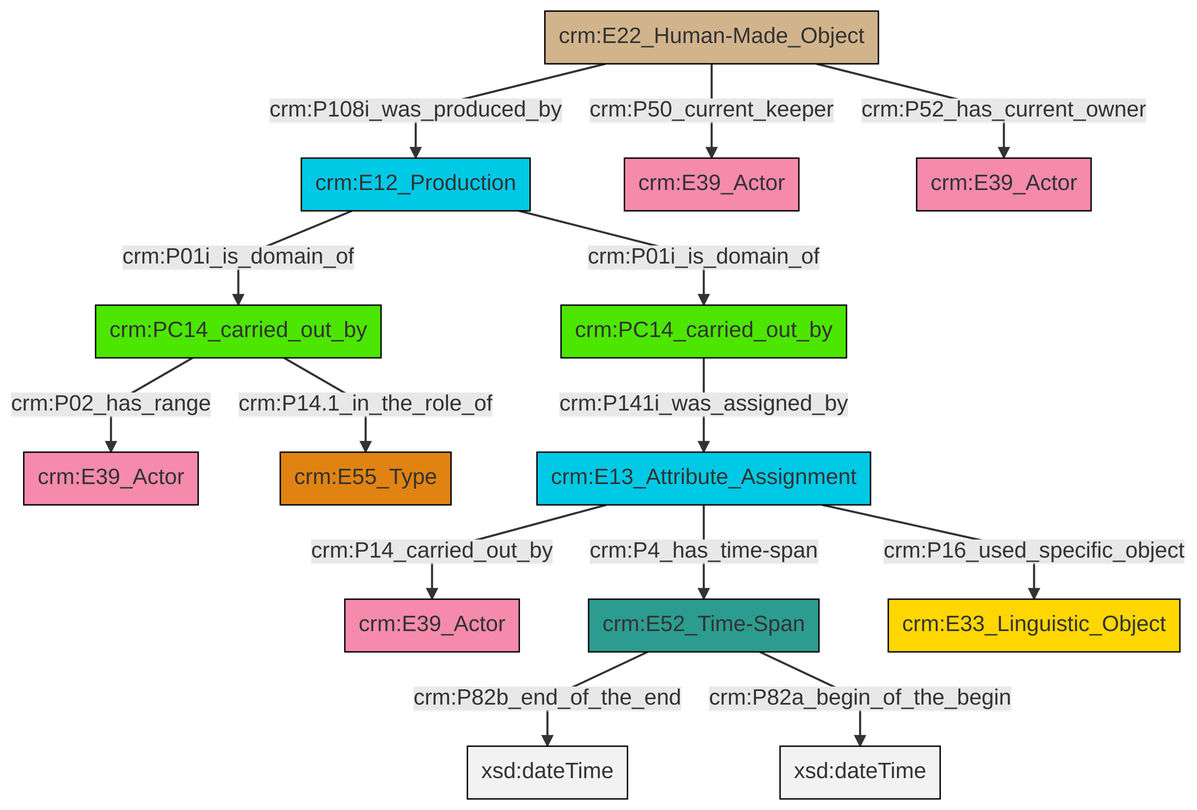
The Mermaid diagram et/carrierCSV/ttl/mmd/png/carrier_relations.png in swiss-art-research-net/docs.swissartresearch, before a commit. Its source is kept beside it as et/carrierCSV/ttl/mmd/carrier_relations.ttl.mmd.
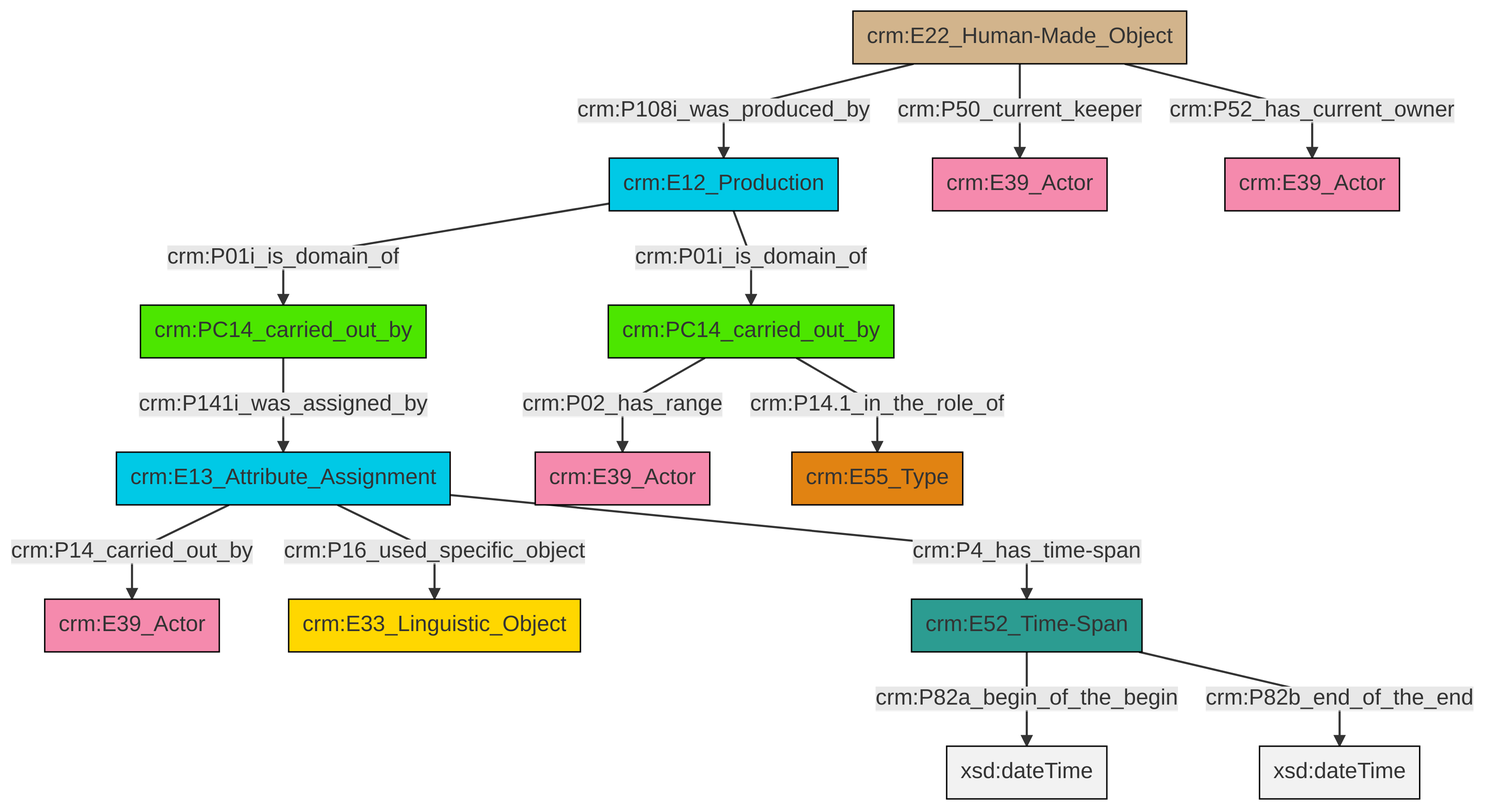
Above is the later version.

The edit, as a diff of the source:
```diff
@@ -13,16 +13,16 @@
 classDef PC_Classes fill:#4ce600, stroke:#000000;
 classDef Multi fill:#cccccc,stroke:#000000;
 
-2["crm:PC14_carried_out_by"]:::PC_Classes -->|crm:P02_has_range| 3["crm:E39_Actor"]:::Actor
-6["crm:E13_Attribute_Assignment"]:::Temporal_Entity -->|crm:P14_carried_out_by| 7["crm:E39_Actor"]:::Actor
-8["crm:E12_Production"]:::Temporal_Entity -->|crm:P01i_is_domain_of| 2["crm:PC14_carried_out_by"]:::PC_Classes
-2["crm:PC14_carried_out_by"]:::PC_Classes -->|crm:P14.1_in_the_role_of| 9["crm:E55_Type"]:::Type
-10["crm:E22_Human-Made_Object"]:::Physical_Thing -->|crm:P108i_was_produced_by| 8["crm:E12_Production"]:::Temporal_Entity
-11["crm:PC14_carried_out_by"]:::PC_Classes -->|crm:P141i_was_assigned_by| 6["crm:E13_Attribute_Assignment"]:::Temporal_Entity
-10["crm:E22_Human-Made_Object"]:::Physical_Thing -->|crm:P50_current_keeper| 4["crm:E39_Actor"]:::Actor
-19["crm:E52_Time-Span"]:::Time-Span -->|crm:P82b_end_of_the_end| 20[xsd:dateTime]:::Literal
-6["crm:E13_Attribute_Assignment"]:::Temporal_Entity -->|crm:P4_has_time-span| 19["crm:E52_Time-Span"]:::Time-Span
-6["crm:E13_Attribute_Assignment"]:::Temporal_Entity -->|crm:P16_used_specific_object| 0["crm:E33_Linguistic_Object"]:::Conceptual_Object
-19["crm:E52_Time-Span"]:::Time-Span -->|crm:P82a_begin_of_the_begin| 24[xsd:dateTime]:::Literal
-8["crm:E12_Production"]:::Temporal_Entity -->|crm:P01i_is_domain_of| 11["crm:PC14_carried_out_by"]:::PC_Classes
-10["crm:E22_Human-Made_Object"]:::Physical_Thing -->|crm:P52_has_current_owner| 12["crm:E39_Actor"]:::Actor
+2["crm:E13_Attribute_Assignment"]:::Temporal_Entity -->|crm:P14_carried_out_by| 3["crm:E39_Actor"]:::Actor
+2["crm:E13_Attribute_Assignment"]:::Temporal_Entity -->|crm:P16_used_specific_object| 4["crm:E33_Linguistic_Object"]:::Conceptual_Object
+5["crm:E52_Time-Span"]:::Time-Span -->|crm:P82a_begin_of_the_begin| 6[xsd:dateTime]:::Literal
+8["crm:E22_Human-Made_Object"]:::Physical_Thing -->|crm:P50_current_keeper| 9["crm:E39_Actor"]:::Actor
+10["crm:PC14_carried_out_by"]:::PC_Classes -->|crm:P02_has_range| 12["crm:E39_Actor"]:::Actor
+8["crm:E22_Human-Made_Object"]:::Physical_Thing -->|crm:P108i_was_produced_by| 0["crm:E12_Production"]:::Temporal_Entity
+2["crm:E13_Attribute_Assignment"]:::Temporal_Entity -->|crm:P4_has_time-span| 5["crm:E52_Time-Span"]:::Time-Span
+0["crm:E12_Production"]:::Temporal_Entity -->|crm:P01i_is_domain_of| 17["crm:PC14_carried_out_by"]:::PC_Classes
+0["crm:E12_Production"]:::Temporal_Entity -->|crm:P01i_is_domain_of| 10["crm:PC14_carried_out_by"]:::PC_Classes
+5["crm:E52_Time-Span"]:::Time-Span -->|crm:P82b_end_of_the_end| 23[xsd:dateTime]:::Literal
+17["crm:PC14_carried_out_by"]:::PC_Classes -->|crm:P141i_was_assigned_by| 2["crm:E13_Attribute_Assignment"]:::Temporal_Entity
+8["crm:E22_Human-Made_Object"]:::Physical_Thing -->|crm:P52_has_current_owner| 19["crm:E39_Actor"]:::Actor
+10["crm:PC14_carried_out_by"]:::PC_Classes -->|crm:P14.1_in_the_role_of| 14["crm:E55_Type"]:::Type
```
